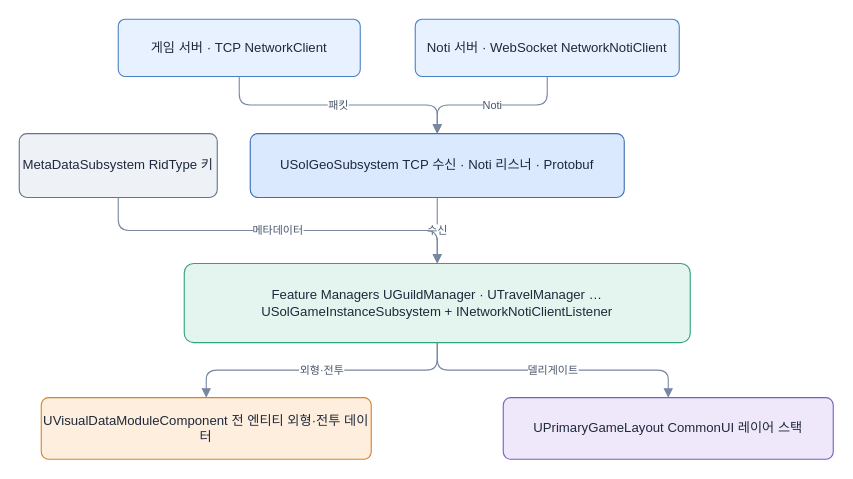
This is diagrams/sol-architecture.drawio from LimHyun-ji/LimHyun-ji.github.io, a draw.io file, before an edit. Source tidied: cells renumbered, new cells numbered last; positions are measured from the earlier drawing's top-left corner, leaving out a move shared by most shapes. Both pictures are drawn from the tidied source at 110%, with x=0, y=0 at pixel (19, 19).
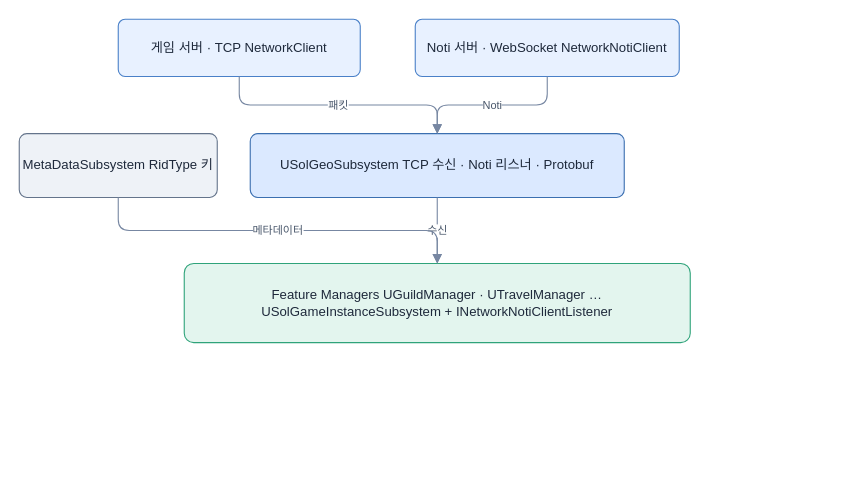
Above is the later version.

Commit message (it also covers changes not shown here):
메인 아키텍처 다이어그램: Feature Managers 하위(VisualData·UI) 제거

The edit, as a diff of the source:
```diff
@@
 <mxGraphModel>
   <root>
     <mxCell id="0" />
     <mxCell id="1" parent="0" />
     <mxCell id="2" value="게임 서버 · TCP&amp;#10;NetworkClient" style="rounded=1;whiteSpace=wrap;html=1;fillColor=#e8f1ff;strokeColor=#4a80c8;fontColor=#1e293b;fontSize=12;arcSize=12;" parent="1" vertex="1">
       <mxGeometry x="90" width="220" height="52" as="geometry" />
     </mxCell>
     <mxCell id="3" value="Noti 서버 · WebSocket&amp;#10;NetworkNotiClient" style="rounded=1;whiteSpace=wrap;html=1;fillColor=#e8f1ff;strokeColor=#4a80c8;fontColor=#1e293b;fontSize=12;arcSize=12;" parent="1" vertex="1">
       <mxGeometry x="360" width="240" height="52" as="geometry" />
     </mxCell>
     <mxCell id="4" value="USolGeoSubsystem&amp;#10;TCP 수신 · Noti 리스너 · Protobuf" style="rounded=1;whiteSpace=wrap;html=1;fillColor=#dbe9ff;strokeColor=#3b6fb0;fontColor=#1e293b;fontSize=12;arcSize=12;" parent="1" vertex="1">
       <mxGeometry x="210" y="104" width="340" height="58" as="geometry" />
     </mxCell>
     <mxCell id="5" value="MetaDataSubsystem&amp;#10;RidType 키" style="rounded=1;whiteSpace=wrap;html=1;fillColor=#eef2f7;strokeColor=#64748b;fontColor=#1e293b;fontSize=12;arcSize=12;" parent="1" vertex="1">
       <mxGeometry y="104" width="180" height="58" as="geometry" />
     </mxCell>
     <mxCell id="6" value="Feature Managers&amp;#10;UGuildManager · UTravelManager …&amp;#10;USolGameInstanceSubsystem + INetworkNotiClientListener" style="rounded=1;whiteSpace=wrap;html=1;fillColor=#e3f5ee;strokeColor=#2fa37a;fontColor=#1e293b;fontSize=12;arcSize=12;" parent="1" vertex="1">
       <mxGeometry x="150" y="222" width="460" height="72" as="geometry" />
     </mxCell>
-    <mxCell id="7" value="UVisualDataModuleComponent&amp;#10;전 엔티티 외형·전투 데이터" style="rounded=1;whiteSpace=wrap;html=1;fillColor=#fdeede;strokeColor=#d9822b;fontColor=#1e293b;fontSize=12;arcSize=12;" parent="1" vertex="1">
-      <mxGeometry x="20" y="344" width="300" height="56" as="geometry" />
-    </mxCell>
-    <mxCell id="8" value="UPrimaryGameLayout&amp;#10;CommonUI 레이어 스택" style="rounded=1;whiteSpace=wrap;html=1;fillColor=#efe8fb;strokeColor=#7c5cc4;fontColor=#1e293b;fontSize=12;arcSize=12;" parent="1" vertex="1">
-      <mxGeometry x="440" y="344" width="300" height="56" as="geometry" />
-    </mxCell>
     <mxCell id="9" value="패킷" style="edgeStyle=orthogonalEdgeStyle;rounded=1;html=1;endArrow=block;strokeColor=#7787a2;fontSize=10;fontColor=#475569;" parent="1" edge="1" source="2" target="4">
       <mxGeometry relative="1" as="geometry" />
     </mxCell>
     <mxCell id="10" value="Noti" style="edgeStyle=orthogonalEdgeStyle;rounded=1;html=1;endArrow=block;strokeColor=#7787a2;fontSize=10;fontColor=#475569;" parent="1" edge="1" source="3" target="4">
       <mxGeometry relative="1" as="geometry" />
     </mxCell>
     <mxCell id="11" value="수신" style="edgeStyle=orthogonalEdgeStyle;rounded=1;html=1;endArrow=block;strokeColor=#7787a2;fontSize=10;fontColor=#475569;" parent="1" edge="1" source="4" target="6">
       <mxGeometry relative="1" as="geometry" />
     </mxCell>
     <mxCell id="12" value="메타데이터" style="edgeStyle=orthogonalEdgeStyle;rounded=1;html=1;endArrow=block;strokeColor=#7787a2;fontSize=10;fontColor=#475569;" parent="1" edge="1" source="5" target="6">
       <mxGeometry relative="1" as="geometry" />
     </mxCell>
-    <mxCell id="13" value="외형·전투" style="edgeStyle=orthogonalEdgeStyle;rounded=1;html=1;endArrow=block;strokeColor=#7787a2;fontSize=10;fontColor=#475569;" parent="1" edge="1" source="6" target="7">
-      <mxGeometry relative="1" as="geometry" />
-    </mxCell>
-    <mxCell id="14" value="델리게이트" style="edgeStyle=orthogonalEdgeStyle;rounded=1;html=1;endArrow=block;strokeColor=#7787a2;fontSize=10;fontColor=#475569;" parent="1" edge="1" source="6" target="8">
-      <mxGeometry relative="1" as="geometry" />
-    </mxCell>
   </root>
 </mxGraphModel>
```
